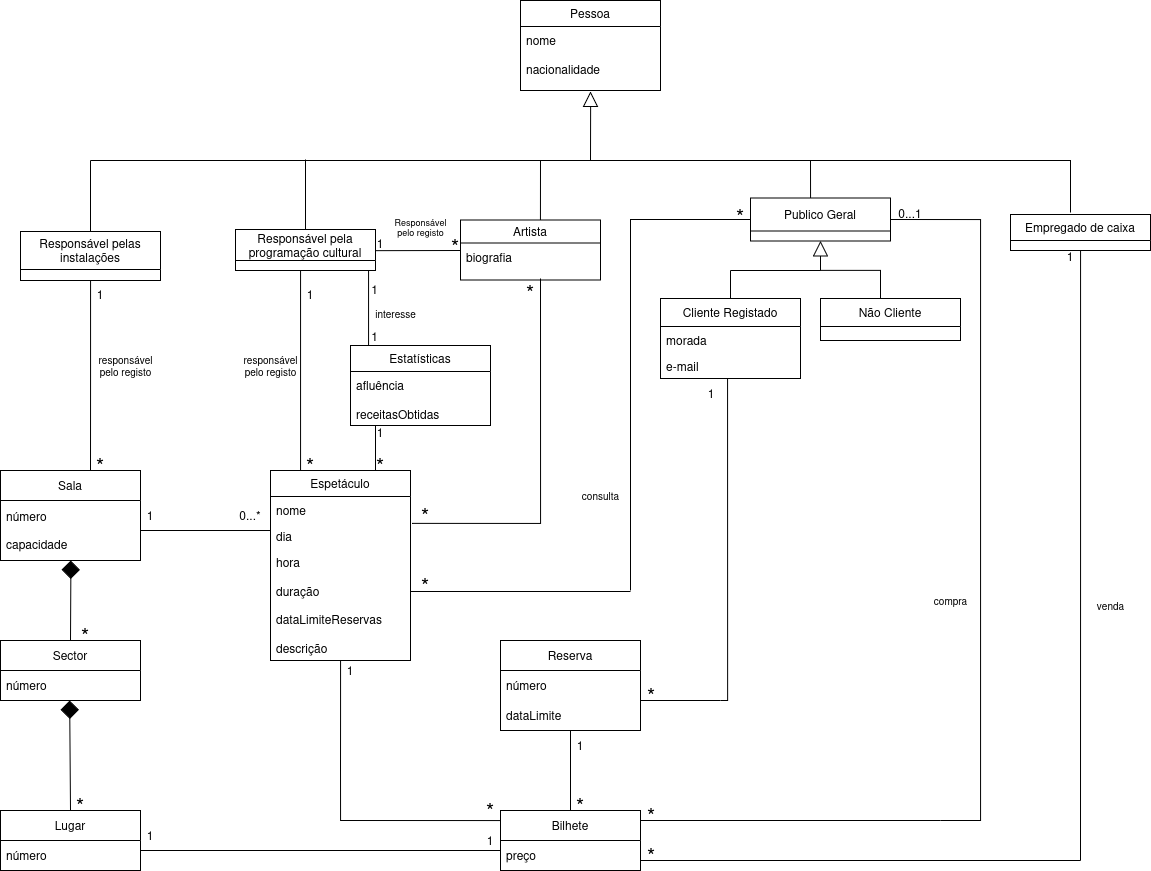
The draw.io diagram UML_Classes.drawio.png in leorsd/ESOF_UML, before a commit. Source tidied: cells renumbered, new cells last; positions are measured from the earlier drawing's top-left corner, leaving out a move shared by most shapes.
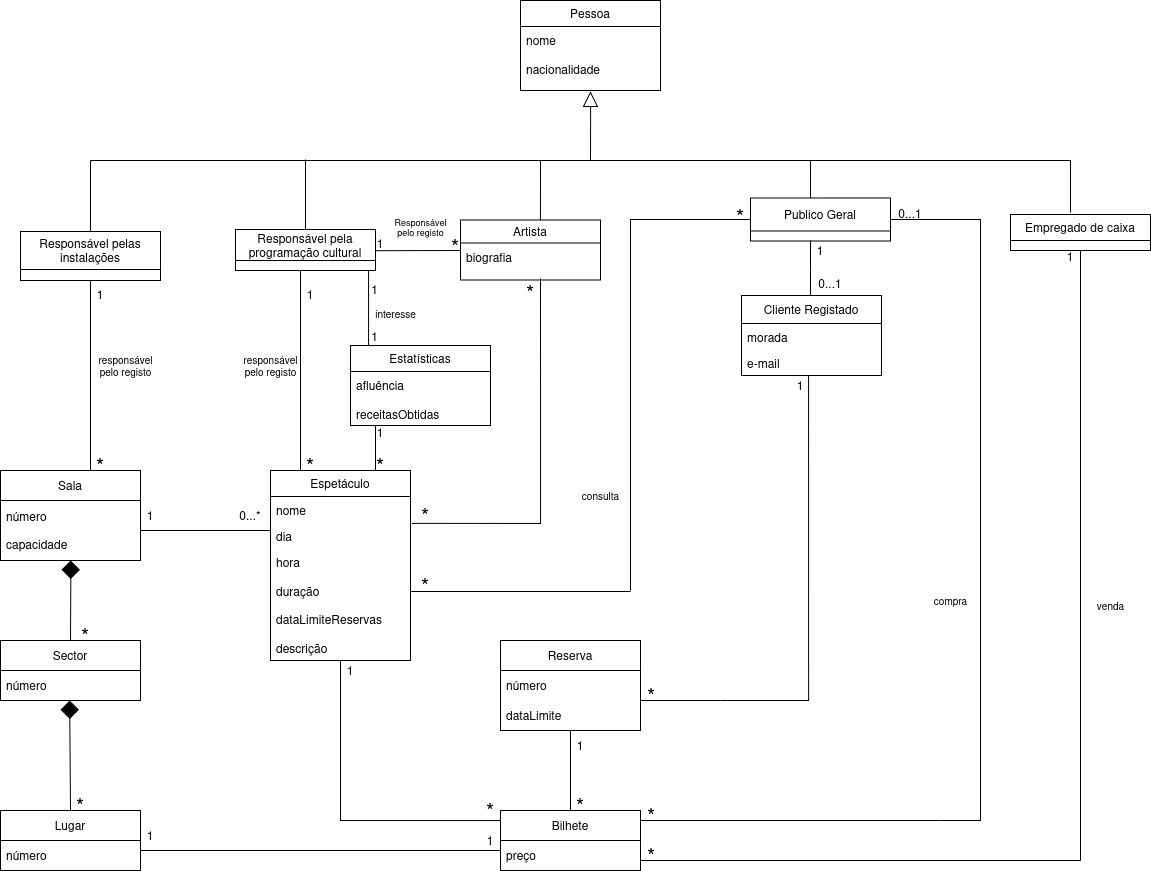
The same diagram one commit later.

Diff of the diagram source:
```diff
@@ -287,12 +287,12 @@
       <mxGeometry relative="1" as="geometry">
         <mxPoint x="720" y="700" as="targetPoint" />
         <Array as="points">
-          <mxPoint x="727" y="700" />
+          <mxPoint x="808" y="700" />
         </Array>
       </mxGeometry>
     </mxCell>
     <mxCell id="70" value="1" style="text;html=1;align=center;verticalAlign=middle;whiteSpace=wrap;rounded=0;" parent="1" vertex="1">
-      <mxGeometry x="681" y="378" width="60" height="30" as="geometry" />
+      <mxGeometry x="770" y="370" width="60" height="30" as="geometry" />
     </mxCell>
     <mxCell id="71" value="&lt;font&gt;*&lt;/font&gt;" style="text;html=1;align=center;verticalAlign=middle;whiteSpace=wrap;rounded=0;fontSize=21;" parent="1" vertex="1">
       <mxGeometry x="621" y="680" width="60" height="30" as="geometry" />
@@ -371,33 +371,25 @@
     <mxCell id="90" value="1" style="text;html=1;align=center;verticalAlign=middle;whiteSpace=wrap;rounded=0;spacingTop=0;spacing=2;spacingBottom=7;" parent="1" vertex="1">
       <mxGeometry x="350" y="231" width="60" height="30" as="geometry" />
     </mxCell>
-    <mxCell id="91" style="edgeStyle=orthogonalEdgeStyle;rounded=0;orthogonalLoop=1;jettySize=auto;html=1;endArrow=none;startFill=0;" parent="1" edge="1">
+    <mxCell id="91" style="edgeStyle=orthogonalEdgeStyle;rounded=0;jettySize=auto;html=1;endArrow=none;startFill=0;exitX=0.493;exitY=-0.002;exitDx=0;exitDy=0;exitPerimeter=0;" parent="1" edge="1" source="95">
       <mxGeometry relative="1" as="geometry">
-        <mxPoint x="730" y="298" as="sourcePoint" />
-        <mxPoint x="730" y="270" as="targetPoint" />
+        <mxPoint x="810" y="270" as="targetPoint" />
+        <Array as="points">
+          <mxPoint x="810" y="270" />
+        </Array>
       </mxGeometry>
     </mxCell>
-    <mxCell id="92" style="endArrow=block;html=1;rounded=0;entryX=0.501;entryY=1.014;entryDx=0;entryDy=0;exitX=0.5;exitY=0;exitDx=0;exitDy=0;entryPerimeter=0;endFill=0;endSize=13;" parent="1" edge="1">
-      <mxGeometry relative="1" as="geometry">
-        <mxPoint x="880" y="298" as="sourcePoint" />
-        <mxPoint x="820" y="240.5" as="targetPoint" />
-        <Array as="points">
-          <mxPoint x="880" y="270" />
-          <mxPoint x="820" y="270" />
-        </Array>
-      </mxGeometry>
-    </mxCell>
     <mxCell id="93" style="edgeStyle=orthogonalEdgeStyle;rounded=0;orthogonalLoop=1;jettySize=auto;html=1;endArrow=none;startFill=0;" parent="1" edge="1">
       <mxGeometry relative="1" as="geometry">
-        <mxPoint x="820" y="270" as="sourcePoint" />
-        <mxPoint x="730" y="270" as="targetPoint" />
+        <mxPoint x="810" y="240" as="sourcePoint" />
+        <mxPoint x="810" y="270" as="targetPoint" />
+        <Array as="points">
+          <mxPoint x="810" y="270" />
+        </Array>
       </mxGeometry>
     </mxCell>
-    <mxCell id="94" value="Não Cliente" style="swimlane;fontStyle=0;horizontal=1;startSize=28;fillColor=none;whiteSpace=wrap;html=1;" parent="1" vertex="1">
-      <mxGeometry x="820" y="298" width="140" height="42" as="geometry" />
-    </mxCell>
     <mxCell id="95" value="Cliente Registado" style="swimlane;fontStyle=0;horizontal=1;startSize=28;fillColor=none;whiteSpace=wrap;html=1;" parent="1" vertex="1">
-      <mxGeometry x="660" y="298" width="140" height="80" as="geometry" />
+      <mxGeometry x="741" y="295" width="140" height="80" as="geometry" />
     </mxCell>
     <mxCell id="96" value="morada" style="text;strokeColor=none;fillColor=none;align=left;verticalAlign=top;spacingLeft=4;spacingRight=4;overflow=hidden;whiteSpace=wrap;html=1;" parent="95" vertex="1">
       <mxGeometry y="28" width="140" height="26" as="geometry" />
@@ -408,5 +400,11 @@
     <mxCell id="98" value="compra" style="text;html=1;align=center;verticalAlign=middle;strokeColor=none;fillColor=none;fontSize=10;" parent="1" vertex="1">
       <mxGeometry x="920" y="585" width="60" height="30" as="geometry" />
     </mxCell>
+    <mxCell id="99" value="0...1" style="text;html=1;align=center;verticalAlign=middle;whiteSpace=wrap;rounded=0;" parent="1" vertex="1">
+      <mxGeometry x="800" y="268" width="60" height="30" as="geometry" />
+    </mxCell>
+    <mxCell id="100" value="1" style="text;html=1;align=center;verticalAlign=middle;whiteSpace=wrap;rounded=0;" parent="1" vertex="1">
+      <mxGeometry x="790" y="234.5" width="60" height="30" as="geometry" />
+    </mxCell>
   </root>
 </mxGraphModel>
```
